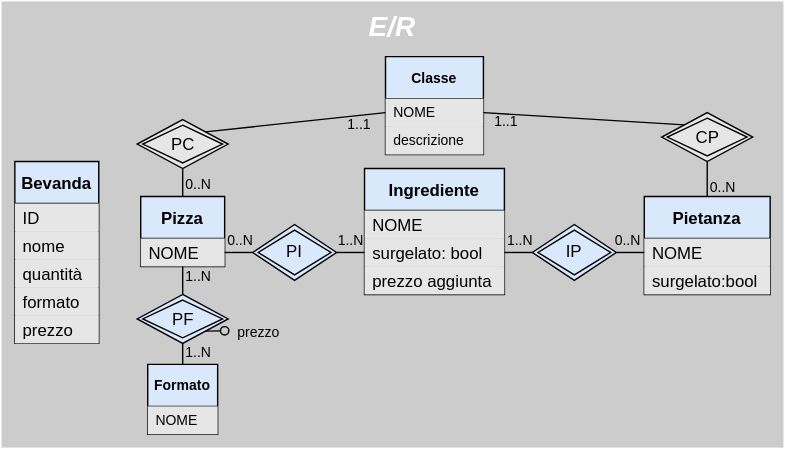
Above: doc/assets/erCiclo1.svg in omismone/strapizzami (draw.io), before the change. Source tidied: cells renumbered, new cells last; positions are measured from the earlier drawing's top-left corner, leaving out a move shared by most shapes.
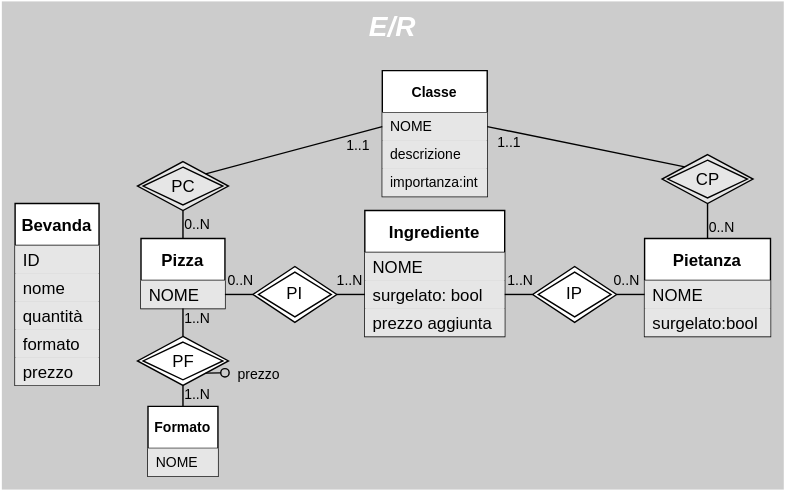
The same diagram one commit later.

What changed in the source:
```diff
@@ -3,9 +3,9 @@
     <mxCell id="0" />
     <mxCell id="1" parent="0" />
     <mxCell id="2" value="E/R" style="rounded=0;labelBackgroundColor=none;fontSize=20;verticalAlign=top;fontStyle=3;strokeWidth=1;fillColor=#CCCCCC;labelBorderColor=none;html=1;whiteSpace=wrap;fontColor=#FFFFFF;strokeColor=#FFFFFF;" parent="1" vertex="1">
-      <mxGeometry width="560" height="320" as="geometry" />
+      <mxGeometry y="-30" width="560" height="350" as="geometry" />
     </mxCell>
-    <mxCell id="3" value="Bevanda" style="swimlane;fontStyle=1;horizontal=1;startSize=30;fillColor=#dae8fc;strokeColor=#000000;" parent="1" vertex="1">
+    <mxCell id="3" value="Bevanda" style="swimlane;fontStyle=1;horizontal=1;startSize=30;fillColor=#FFFFFF;strokeColor=#000000;" parent="1" vertex="1">
       <mxGeometry x="10" y="115" width="60" height="130" as="geometry" />
     </mxCell>
     <mxCell id="4" value="ID" style="text;strokeColor=none;fillColor=#E6E6E6;align=left;verticalAlign=middle;spacingLeft=4;spacingRight=4;overflow=hidden;" parent="3" vertex="1">
@@ -23,13 +23,13 @@
     <mxCell id="8" value="prezzo" style="text;strokeColor=none;fillColor=#E6E6E6;align=left;verticalAlign=middle;spacingLeft=4;spacingRight=4;overflow=hidden;" parent="3" vertex="1">
       <mxGeometry y="110" width="60" height="20" as="geometry" />
     </mxCell>
-    <mxCell id="9" value="Pizza" style="swimlane;fontStyle=1;horizontal=1;startSize=30;fillColor=#dae8fc;strokeColor=#000000;" parent="1" vertex="1">
+    <mxCell id="9" value="Pizza" style="swimlane;fontStyle=1;horizontal=1;startSize=30;fillColor=#FFFFFF;strokeColor=#000000;" parent="1" vertex="1">
       <mxGeometry x="100" y="140" width="60" height="50" as="geometry" />
     </mxCell>
     <mxCell id="10" value="NOME" style="text;strokeColor=none;fillColor=#E6E6E6;align=left;verticalAlign=middle;spacingLeft=4;spacingRight=4;overflow=hidden;points=[[0,0.5],[1,0.5]];portConstraint=eastwest;" parent="9" vertex="1">
       <mxGeometry y="30" width="60" height="20" as="geometry" />
     </mxCell>
-    <mxCell id="11" value="Pietanza" style="swimlane;fontStyle=1;horizontal=1;startSize=30;fillColor=#dae8fc;strokeColor=#000000;" parent="1" vertex="1">
+    <mxCell id="11" value="Pietanza" style="swimlane;fontStyle=1;horizontal=1;startSize=30;fillColor=#FFFFFF;strokeColor=#000000;" parent="1" vertex="1">
       <mxGeometry x="460" y="140" width="90" height="70" as="geometry" />
     </mxCell>
     <mxCell id="12" value="NOME" style="text;strokeColor=none;fillColor=#E6E6E6;align=left;verticalAlign=middle;spacingLeft=4;spacingRight=4;overflow=hidden;points=[[0,0.5],[1,0.5]];portConstraint=eastwest;" parent="11" vertex="1">
@@ -38,7 +38,7 @@
     <mxCell id="13" value="surgelato:bool" style="text;strokeColor=none;fillColor=#E6E6E6;align=left;verticalAlign=middle;spacingLeft=4;spacingRight=4;overflow=hidden;" parent="11" vertex="1">
       <mxGeometry y="50" width="90" height="20" as="geometry" />
     </mxCell>
-    <mxCell id="14" value="Ingrediente" style="swimlane;fontStyle=1;horizontal=1;startSize=30;fillColor=#dae8fc;strokeColor=#000000;" parent="1" vertex="1">
+    <mxCell id="14" value="Ingrediente" style="swimlane;fontStyle=1;horizontal=1;startSize=30;fillColor=#FFFFFF;strokeColor=#000000;" parent="1" vertex="1">
       <mxGeometry x="260" y="120" width="100" height="90" as="geometry" />
     </mxCell>
     <mxCell id="15" value="NOME" style="text;strokeColor=none;fillColor=#E6E6E6;align=left;verticalAlign=middle;spacingLeft=4;spacingRight=4;overflow=hidden;" parent="14" vertex="1">
@@ -50,7 +50,7 @@
     <mxCell id="17" value="prezzo aggiunta" style="text;strokeColor=none;fillColor=#E6E6E6;align=left;verticalAlign=middle;spacingLeft=4;spacingRight=4;overflow=hidden;" parent="14" vertex="1">
       <mxGeometry y="70" width="100" height="20" as="geometry" />
     </mxCell>
-    <mxCell id="18" value="PI" style="shape=rhombus;double=1;perimeter=rhombusPerimeter;whiteSpace=wrap;html=1;align=center;fillColor=#dae8fc;strokeColor=#000000;" parent="1" vertex="1">
+    <mxCell id="18" value="PI" style="shape=rhombus;double=1;perimeter=rhombusPerimeter;whiteSpace=wrap;html=1;align=center;fillColor=#FFFFFF;strokeColor=#000000;" parent="1" vertex="1">
       <mxGeometry x="180" y="160" width="60" height="40" as="geometry" />
     </mxCell>
     <mxCell id="19" style="endArrow=none;html=1;rounded=0;fontSize=10;exitX=1;exitY=0.5;exitDx=0;exitDy=0;entryX=0;entryY=0.5;entryDx=0;entryDy=0;" parent="1" edge="1" source="10" target="18">
@@ -77,13 +77,13 @@
         <mxPoint x="2" y="-10" as="offset" />
       </mxGeometry>
     </mxCell>
-    <mxCell id="25" value="Formato" style="swimlane;fontStyle=1;horizontal=1;startSize=30;labelBackgroundColor=none;fontSize=10;fillColor=#dae8fc;strokeColor=#000000;" parent="1" vertex="1">
+    <mxCell id="25" value="Formato" style="swimlane;fontStyle=1;horizontal=1;startSize=30;labelBackgroundColor=none;fontSize=10;fillColor=#FFFFFF;strokeColor=#000000;" parent="1" vertex="1">
       <mxGeometry x="105" y="260" width="50" height="50" as="geometry" />
     </mxCell>
     <mxCell id="26" value="NOME" style="text;strokeColor=none;fillColor=#E6E6E6;align=left;verticalAlign=middle;spacingLeft=4;spacingRight=4;overflow=hidden;labelBackgroundColor=none;fontSize=10;" parent="25" vertex="1">
       <mxGeometry y="30" width="50" height="20" as="geometry" />
     </mxCell>
-    <mxCell id="27" value="PF" style="shape=rhombus;double=1;perimeter=rhombusPerimeter;whiteSpace=wrap;html=1;align=center;fillColor=#dae8fc;strokeColor=#000000;" parent="1" vertex="1">
+    <mxCell id="27" value="PF" style="shape=rhombus;double=1;perimeter=rhombusPerimeter;whiteSpace=wrap;html=1;align=center;fillColor=#FFFFFF;strokeColor=#000000;" parent="1" vertex="1">
       <mxGeometry x="97.5" y="210" width="65" height="35" as="geometry" />
     </mxCell>
     <mxCell id="28" style="endArrow=oval;html=1;rounded=0;fontSize=10;exitX=1;exitY=1;exitDx=0;exitDy=0;endFill=0;" parent="1" edge="1" source="27">
@@ -112,7 +112,7 @@
         <mxPoint x="10" y="-5" as="offset" />
       </mxGeometry>
     </mxCell>
-    <mxCell id="34" value="IP" style="shape=rhombus;double=1;perimeter=rhombusPerimeter;whiteSpace=wrap;html=1;align=center;fillColor=#dae8fc;strokeColor=#000000;" parent="1" vertex="1">
+    <mxCell id="34" value="IP" style="shape=rhombus;double=1;perimeter=rhombusPerimeter;whiteSpace=wrap;html=1;align=center;fillColor=#FFFFFF;strokeColor=#000000;" parent="1" vertex="1">
       <mxGeometry x="380" y="160" width="60" height="40" as="geometry" />
     </mxCell>
     <mxCell id="35" style="endArrow=none;html=1;rounded=0;fontSize=10;exitX=1;exitY=0.5;exitDx=0;exitDy=0;entryX=0;entryY=0.5;entryDx=0;entryDy=0;" parent="1" edge="1" source="34" target="12">
@@ -123,15 +123,18 @@
         <mxPoint x="2" y="-10" as="offset" />
       </mxGeometry>
     </mxCell>
-    <mxCell id="37" value="Classe" style="swimlane;fontStyle=1;horizontal=1;startSize=30;labelBackgroundColor=none;fontSize=10;fillColor=#dae8fc;strokeColor=#000000;" parent="1" vertex="1">
-      <mxGeometry x="275" y="40" width="70" height="70" as="geometry" />
+    <mxCell id="37" value="Classe" style="swimlane;fontStyle=1;horizontal=1;startSize=30;labelBackgroundColor=none;fontSize=10;fillColor=#FFFFFF;strokeColor=#000000;" parent="1" vertex="1">
+      <mxGeometry x="272.5" y="20" width="75" height="90" as="geometry" />
     </mxCell>
     <mxCell id="38" value="NOME" style="text;strokeColor=none;fillColor=#E6E6E6;align=left;verticalAlign=middle;spacingLeft=4;spacingRight=4;overflow=hidden;points=[[0,0.5],[1,0.5]];portConstraint=eastwest;labelBackgroundColor=none;fontSize=10;" parent="37" vertex="1">
-      <mxGeometry y="30" width="70" height="20" as="geometry" />
+      <mxGeometry y="30" width="75" height="20" as="geometry" />
     </mxCell>
     <mxCell id="39" value="descrizione" style="text;strokeColor=none;fillColor=#E6E6E6;align=left;verticalAlign=middle;spacingLeft=4;spacingRight=4;overflow=hidden;labelBackgroundColor=none;fontSize=10;" parent="37" vertex="1">
-      <mxGeometry y="50" width="70" height="20" as="geometry" />
+      <mxGeometry y="50" width="75" height="20" as="geometry" />
     </mxCell>
+    <mxCell id="50" value="importanza:int" style="text;strokeColor=none;fillColor=#E6E6E6;align=left;verticalAlign=middle;spacingLeft=4;spacingRight=4;overflow=hidden;labelBackgroundColor=none;fontSize=10;" parent="37" vertex="1">
+      <mxGeometry y="70" width="75" height="20" as="geometry" />
+    </mxCell>
     <mxCell id="40" value="PC" style="shape=rhombus;double=1;perimeter=rhombusPerimeter;whiteSpace=wrap;html=1;align=center;fillColor=#E6E6E6;" parent="1" vertex="1">
       <mxGeometry x="97.5" y="85" width="65" height="35" as="geometry" />
     </mxCell>
```
